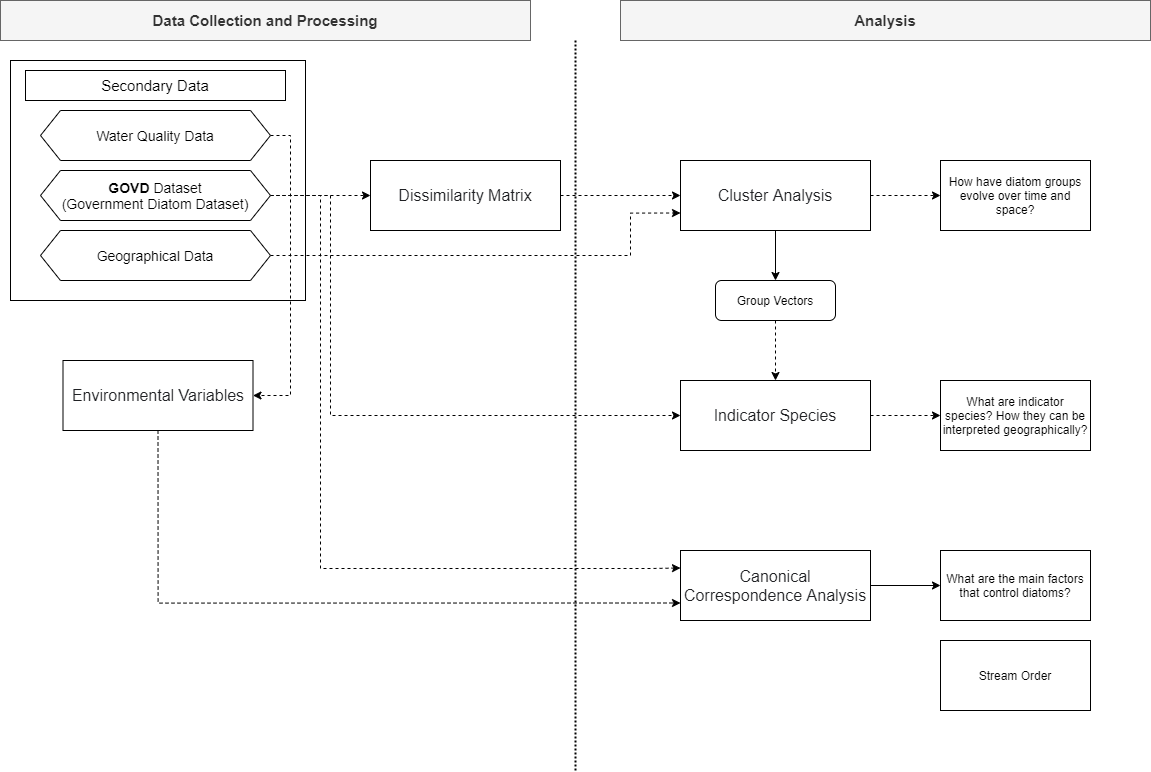
This is Chapter6_Flowchart.png from muyeoljung/PhD_Studyarea, a draw.io export, as it was before one commit. Source tidied: cells renumbered, new cells last; positions are measured from the earlier drawing's top-left corner, leaving out a move shared by most shapes.
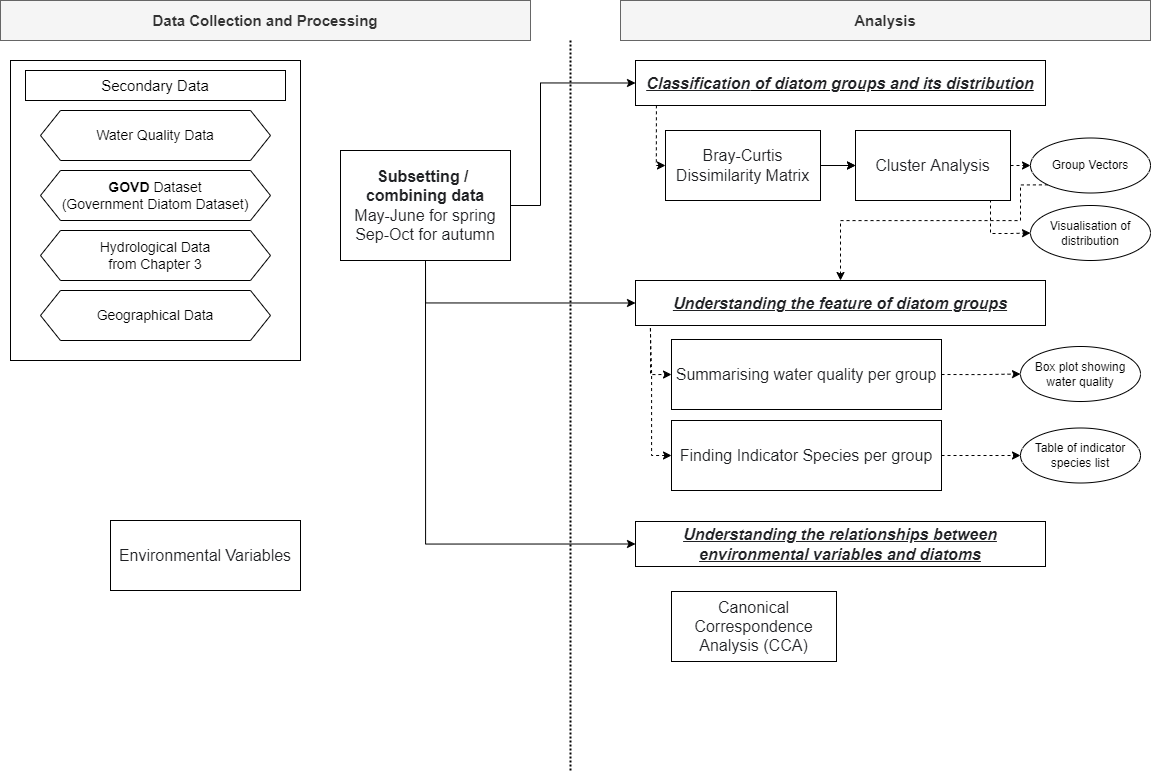
The same diagram one commit later.

Diff of the diagram source:
```diff
@@ -3,110 +3,138 @@
     <mxCell id="0" />
     <mxCell id="1" parent="0" />
     <mxCell id="2" style="rounded=0;whiteSpace=wrap;html=1;" parent="1" vertex="1">
-      <mxGeometry x="10" y="60" width="295" height="240" as="geometry" />
+      <mxGeometry x="10" y="60" width="290" height="300" as="geometry" />
     </mxCell>
     <mxCell id="3" value="&lt;font style=&quot;font-size: 15px&quot;&gt;Secondary Data&lt;/font&gt;" style="rounded=0;whiteSpace=wrap;html=1;" parent="1" vertex="1">
       <mxGeometry x="25" y="70" width="260" height="30" as="geometry" />
     </mxCell>
-    <mxCell id="4" style="edgeStyle=orthogonalEdgeStyle;rounded=0;jettySize=auto;html=1;exitX=1;exitY=0.5;exitDx=0;exitDy=0;entryX=1;entryY=0.5;entryDx=0;entryDy=0;dashed=1;" parent="1" edge="1" source="5" target="29">
-      <mxGeometry relative="1" as="geometry" />
-    </mxCell>
     <mxCell id="5" value="&lt;font style=&quot;font-size: 14px&quot;&gt;Water Quality Data&lt;/font&gt;" style="shape=hexagon;perimeter=hexagonPerimeter2;whiteSpace=wrap;html=1;fixedSize=1;" parent="1" vertex="1">
       <mxGeometry x="40" y="110" width="230" height="50" as="geometry" />
     </mxCell>
-    <mxCell id="6" style="edgeStyle=orthogonalEdgeStyle;rounded=0;jettySize=auto;html=1;exitX=1;exitY=0.5;exitDx=0;exitDy=0;entryX=0;entryY=0.5;entryDx=0;entryDy=0;dashed=1;" parent="1" edge="1" source="9" target="27">
-      <mxGeometry relative="1" as="geometry" />
-    </mxCell>
-    <mxCell id="7" style="edgeStyle=orthogonalEdgeStyle;rounded=0;jettySize=auto;html=1;exitX=1;exitY=0.5;exitDx=0;exitDy=0;entryX=0;entryY=0.5;entryDx=0;entryDy=0;dashed=1;" parent="1" edge="1" source="9" target="17">
-      <mxGeometry relative="1" as="geometry">
-        <Array as="points">
-          <mxPoint x="330" y="195" />
-          <mxPoint x="330" y="415" />
-        </Array>
-      </mxGeometry>
-    </mxCell>
-    <mxCell id="8" style="edgeStyle=orthogonalEdgeStyle;rounded=0;jettySize=auto;html=1;exitX=1;exitY=0.5;exitDx=0;exitDy=0;dashed=1;entryX=0;entryY=0.25;entryDx=0;entryDy=0;" parent="1" edge="1" source="9" target="21">
-      <mxGeometry relative="1" as="geometry">
-        <Array as="points">
-          <mxPoint x="320" y="195" />
-          <mxPoint x="320" y="568" />
-          <mxPoint x="650" y="568" />
-        </Array>
-      </mxGeometry>
-    </mxCell>
     <mxCell id="9" value="&lt;font style=&quot;font-size: 14px&quot;&gt;&lt;b&gt;GOVD&lt;/b&gt; Dataset&lt;br&gt;(Government Diatom Dataset)&lt;br&gt;&lt;/font&gt;" style="shape=hexagon;perimeter=hexagonPerimeter2;whiteSpace=wrap;html=1;fixedSize=1;" parent="1" vertex="1">
       <mxGeometry x="40" y="170" width="230" height="50" as="geometry" />
     </mxCell>
-    <mxCell id="10" style="edgeStyle=orthogonalEdgeStyle;rounded=0;jettySize=auto;html=1;exitX=1;exitY=0.5;exitDx=0;exitDy=0;entryX=0;entryY=0.75;entryDx=0;entryDy=0;dashed=1;" parent="1" edge="1" source="11" target="15">
-      <mxGeometry relative="1" as="geometry">
-        <Array as="points">
-          <mxPoint x="630" y="255" />
-          <mxPoint x="630" y="212" />
-        </Array>
-      </mxGeometry>
-    </mxCell>
-    <mxCell id="11" value="&lt;font style=&quot;font-size: 14px&quot;&gt;Geographical Data&lt;/font&gt;" style="shape=hexagon;perimeter=hexagonPerimeter2;whiteSpace=wrap;html=1;fixedSize=1;" parent="1" vertex="1">
+    <mxCell id="11" value="&lt;font style=&quot;font-size: 14px&quot;&gt;Hydrological Data&lt;br&gt;from Chapter 3&lt;br&gt;&lt;/font&gt;" style="shape=hexagon;perimeter=hexagonPerimeter2;whiteSpace=wrap;html=1;fixedSize=1;" parent="1" vertex="1">
       <mxGeometry x="40" y="230" width="230" height="50" as="geometry" />
     </mxCell>
     <mxCell id="12" value="&lt;font style=&quot;font-size: 15px&quot;&gt;&lt;b&gt;Analysis&lt;/b&gt;&lt;/font&gt;" style="rounded=0;whiteSpace=wrap;html=1;fillColor=#f5f5f5;strokeColor=#666666;fontColor=#333333;" parent="1" vertex="1">
       <mxGeometry x="620" width="530" height="40" as="geometry" />
     </mxCell>
-    <mxCell id="13" style="edgeStyle=orthogonalEdgeStyle;rounded=0;jettySize=auto;html=1;exitX=0.5;exitY=1;exitDx=0;exitDy=0;" parent="1" edge="1" source="15" target="25">
+    <mxCell id="13" style="edgeStyle=orthogonalEdgeStyle;rounded=0;jettySize=auto;html=1;exitX=1;exitY=0.5;exitDx=0;exitDy=0;entryX=0;entryY=0.5;entryDx=0;entryDy=0;dashed=1;startArrow=none;startFill=0;endArrow=classic;endFill=1;" parent="1" edge="1" source="15" target="25">
       <mxGeometry relative="1" as="geometry" />
     </mxCell>
-    <mxCell id="14" style="edgeStyle=orthogonalEdgeStyle;rounded=0;jettySize=auto;html=1;exitX=1;exitY=0.5;exitDx=0;exitDy=0;entryX=0;entryY=0.5;entryDx=0;entryDy=0;dashed=1;" parent="1" edge="1" source="15" target="23">
-      <mxGeometry relative="1" as="geometry" />
-    </mxCell>
+    <mxCell id="32" style="edgeStyle=orthogonalEdgeStyle;rounded=0;jettySize=auto;html=1;exitX=1;exitY=0.5;exitDx=0;exitDy=0;entryX=0;entryY=0.5;entryDx=0;entryDy=0;dashed=1;startArrow=none;startFill=0;endArrow=classic;endFill=1;" parent="1" edge="1" source="15" target="50">
+      <mxGeometry relative="1" as="geometry">
+        <Array as="points">
+          <mxPoint x="990" y="165" />
+          <mxPoint x="990" y="233" />
+          <mxPoint x="1010" y="233" />
+        </Array>
+      </mxGeometry>
+    </mxCell>
     <mxCell id="15" value="&lt;font color=&quot;#202124&quot; face=&quot;apple sd gothic neo, arial, sans-serif&quot;&gt;&lt;span style=&quot;font-size: 16px ; background-color: rgb(255 , 255 , 255)&quot;&gt;Cluster Analysis&lt;/span&gt;&lt;/font&gt;" style="rounded=0;whiteSpace=wrap;html=1;" parent="1" vertex="1">
-      <mxGeometry x="680" y="160" width="190" height="70" as="geometry" />
+      <mxGeometry x="855" y="130" width="155" height="70" as="geometry" />
     </mxCell>
-    <mxCell id="16" style="edgeStyle=orthogonalEdgeStyle;rounded=0;jettySize=auto;html=1;exitX=1;exitY=0.5;exitDx=0;exitDy=0;entryX=0;entryY=0.5;entryDx=0;entryDy=0;dashed=1;" parent="1" edge="1" source="17" target="30">
-      <mxGeometry relative="1" as="geometry" />
-    </mxCell>
-    <mxCell id="17" value="&lt;div&gt;&lt;font color=&quot;#202124&quot; face=&quot;apple sd gothic neo, arial, sans-serif&quot;&gt;&lt;span style=&quot;font-size: 16px ; background-color: rgb(255 , 255 , 255)&quot;&gt;Indicator Species&lt;/span&gt;&lt;/font&gt;&lt;/div&gt;" style="rounded=0;whiteSpace=wrap;html=1;align=center;" parent="1" vertex="1">
-      <mxGeometry x="680" y="380" width="190" height="70" as="geometry" />
-    </mxCell>
-    <mxCell id="18" value="&lt;font style=&quot;font-size: 15px&quot;&gt;&lt;b&gt;Data Collection and Processing&lt;/b&gt;&lt;/font&gt;" style="rounded=0;whiteSpace=wrap;html=1;fillColor=#f5f5f5;strokeColor=#666666;fontColor=#333333;" parent="1" vertex="1">
+    <mxCell id="18" value="&lt;font style=&quot;font-size: 15px&quot;&gt;&lt;span&gt;Data Collection and Processing&lt;/span&gt;&lt;/font&gt;" style="rounded=0;whiteSpace=wrap;html=1;fillColor=#f5f5f5;strokeColor=#666666;fontColor=#333333;fontStyle=1;" parent="1" vertex="1">
       <mxGeometry width="530" height="40" as="geometry" />
     </mxCell>
     <mxCell id="19" style="line;strokeWidth=2;direction=south;html=1;dashed=1;dashPattern=1 1;" parent="1" vertex="1">
-      <mxGeometry x="570" y="40" width="10" height="730" as="geometry" />
+      <mxGeometry x="565" y="40" width="10" height="730" as="geometry" />
     </mxCell>
-    <mxCell id="20" style="edgeStyle=orthogonalEdgeStyle;rounded=0;jettySize=auto;html=1;exitX=1;exitY=0.5;exitDx=0;exitDy=0;entryX=0;entryY=0.5;entryDx=0;entryDy=0;" parent="1" edge="1" source="21" target="22">
-      <mxGeometry relative="1" as="geometry" />
-    </mxCell>
-    <mxCell id="21" value="&lt;font color=&quot;#202124&quot; face=&quot;apple sd gothic neo, arial, sans-serif&quot;&gt;&lt;span style=&quot;font-size: 16px ; background-color: rgb(255 , 255 , 255)&quot;&gt;Canonical Correspondence Analysis&lt;/span&gt;&lt;/font&gt;" style="rounded=0;whiteSpace=wrap;html=1;align=center;" parent="1" vertex="1">
-      <mxGeometry x="680" y="550" width="190" height="70" as="geometry" />
+    <mxCell id="21" value="&lt;font color=&quot;#202124&quot; face=&quot;apple sd gothic neo, arial, sans-serif&quot;&gt;&lt;span style=&quot;font-size: 16px ; background-color: rgb(255 , 255 , 255)&quot;&gt;Canonical Correspondence Analysis (CCA)&lt;/span&gt;&lt;/font&gt;" style="rounded=0;whiteSpace=wrap;html=1;align=center;" parent="1" vertex="1">
+      <mxGeometry x="671" y="591" width="165" height="70" as="geometry" />
     </mxCell>
-    <mxCell id="22" value="What are the main factors that control diatoms?" style="whiteSpace=wrap;html=1;rounded=0;" parent="1" vertex="1">
-      <mxGeometry x="940" y="550" width="150" height="70" as="geometry" />
-    </mxCell>
-    <mxCell id="23" value="How have diatom groups evolve over time and space?" style="whiteSpace=wrap;html=1;rounded=0;" parent="1" vertex="1">
-      <mxGeometry x="940" y="160" width="150" height="70" as="geometry" />
-    </mxCell>
-    <mxCell id="24" style="edgeStyle=orthogonalEdgeStyle;rounded=0;jettySize=auto;html=1;exitX=0.5;exitY=1;exitDx=0;exitDy=0;entryX=0.5;entryY=0;entryDx=0;entryDy=0;dashed=1;" parent="1" edge="1" source="25" target="17">
-      <mxGeometry relative="1" as="geometry" />
-    </mxCell>
+    <mxCell id="26" style="edgeStyle=orthogonalEdgeStyle;rounded=0;jettySize=auto;html=1;exitX=1;exitY=0.5;exitDx=0;exitDy=0;entryX=0;entryY=0.5;entryDx=0;entryDy=0;dashed=1;" parent="1" edge="1" source="27" target="15">
+      <mxGeometry relative="1" as="geometry" />
+    </mxCell>
+    <mxCell id="33" style="edgeStyle=orthogonalEdgeStyle;rounded=0;jettySize=auto;html=1;" parent="1" edge="1" source="27" target="15">
+      <mxGeometry relative="1" as="geometry" />
+    </mxCell>
+    <mxCell id="34" style="edgeStyle=orthogonalEdgeStyle;rounded=0;jettySize=auto;html=1;exitX=0;exitY=0.5;exitDx=0;exitDy=0;startArrow=classic;startFill=1;endArrow=none;endFill=0;entryX=0.051;entryY=0.984;entryDx=0;entryDy=0;entryPerimeter=0;dashed=1;" parent="1" edge="1" source="27" target="35">
+      <mxGeometry relative="1" as="geometry">
+        <Array as="points">
+          <mxPoint x="656" y="165" />
+        </Array>
+      </mxGeometry>
+    </mxCell>
+    <mxCell id="27" value="&lt;span style=&quot;color: rgb(32 , 33 , 36) ; font-family: &amp;#34;apple sd gothic neo&amp;#34; , &amp;#34;arial&amp;#34; , sans-serif ; font-size: 16px ; background-color: rgb(255 , 255 , 255)&quot;&gt;Bray-Curtis Dissimilarity Matrix&lt;/span&gt;" style="rounded=0;whiteSpace=wrap;html=1;" parent="1" vertex="1">
+      <mxGeometry x="665" y="130" width="155" height="70" as="geometry" />
+    </mxCell>
+    <mxCell id="29" value="&lt;font color=&quot;#202124&quot; face=&quot;apple sd gothic neo, arial, sans-serif&quot;&gt;&lt;span style=&quot;background-color: rgb(255 , 255 , 255)&quot;&gt;&lt;span style=&quot;font-size: 16px&quot;&gt;Environmental&amp;nbsp;Variables&lt;/span&gt;&lt;/span&gt;&lt;/font&gt;" style="rounded=0;whiteSpace=wrap;html=1;" parent="1" vertex="1">
+      <mxGeometry x="110" y="520" width="190" height="70" as="geometry" />
+    </mxCell>
+    <mxCell id="35" value="&lt;font color=&quot;#202124&quot; face=&quot;apple sd gothic neo, arial, sans-serif&quot;&gt;&lt;span style=&quot;font-size: 16px&quot;&gt;Classification&lt;/span&gt;&lt;/font&gt;&lt;span style=&quot;background-color: rgb(255 , 255 , 255) ; font-size: 16px ; color: rgb(32 , 33 , 36) ; font-family: &amp;quot;apple sd gothic neo&amp;quot; , &amp;quot;arial&amp;quot; , sans-serif&quot;&gt;&amp;nbsp;of diatom groups and its distribution&lt;/span&gt;&lt;font color=&quot;#202124&quot; face=&quot;apple sd gothic neo, arial, sans-serif&quot;&gt;&lt;span style=&quot;font-size: 16px&quot;&gt;&lt;br&gt;&lt;/span&gt;&lt;/font&gt;" style="rounded=0;whiteSpace=wrap;html=1;align=center;fontStyle=7;" parent="1" vertex="1">
+      <mxGeometry x="635" y="60" width="410" height="45" as="geometry" />
+    </mxCell>
+    <mxCell id="36" style="edgeStyle=orthogonalEdgeStyle;rounded=0;jettySize=auto;html=1;exitX=0;exitY=1;exitDx=0;exitDy=0;entryX=0;entryY=0.5;entryDx=0;entryDy=0;dashed=1;" parent="1" edge="1" source="37" target="40">
+      <mxGeometry relative="1" as="geometry">
+        <Array as="points">
+          <mxPoint x="650" y="325" />
+          <mxPoint x="650" y="374" />
+        </Array>
+      </mxGeometry>
+    </mxCell>
+    <mxCell id="37" value="&lt;font color=&quot;#202124&quot; face=&quot;apple sd gothic neo, arial, sans-serif&quot;&gt;&lt;span style=&quot;font-size: 16px&quot;&gt;Understanding the feature of diatom groups&lt;br&gt;&lt;/span&gt;&lt;/font&gt;" style="rounded=0;whiteSpace=wrap;html=1;align=center;fontStyle=7;" parent="1" vertex="1">
+      <mxGeometry x="635" y="280" width="410" height="45" as="geometry" />
+    </mxCell>
+    <mxCell id="38" value="&lt;font color=&quot;#202124&quot; face=&quot;apple sd gothic neo, arial, sans-serif&quot;&gt;&lt;span style=&quot;font-size: 16px&quot;&gt;Understanding the relationships between environmental&amp;nbsp;variables and diatoms&lt;/span&gt;&lt;br&gt;&lt;/font&gt;" style="rounded=0;whiteSpace=wrap;html=1;align=center;fontStyle=7;" parent="1" vertex="1">
+      <mxGeometry x="635" y="521" width="410" height="45" as="geometry" />
+    </mxCell>
+    <mxCell id="39" style="edgeStyle=orthogonalEdgeStyle;rounded=0;jettySize=auto;html=1;exitX=1;exitY=0.5;exitDx=0;exitDy=0;dashed=1;startArrow=none;startFill=0;endArrow=classic;endFill=1;entryX=0;entryY=0.5;entryDx=0;entryDy=0;" parent="1" edge="1" source="40" target="52">
+      <mxGeometry relative="1" as="geometry" />
+    </mxCell>
+    <mxCell id="40" value="&lt;div&gt;&lt;font color=&quot;#202124&quot; face=&quot;apple sd gothic neo, arial, sans-serif&quot;&gt;&lt;span style=&quot;font-size: 16px ; background-color: rgb(255 , 255 , 255)&quot;&gt;Summarising water quality per group&lt;/span&gt;&lt;/font&gt;&lt;/div&gt;" style="rounded=0;whiteSpace=wrap;html=1;align=center;" parent="1" vertex="1">
+      <mxGeometry x="671" y="339" width="270" height="70" as="geometry" />
+    </mxCell>
+    <mxCell id="41" style="edgeStyle=orthogonalEdgeStyle;rounded=0;jettySize=auto;html=1;exitX=0;exitY=0.5;exitDx=0;exitDy=0;entryX=0.036;entryY=0.995;entryDx=0;entryDy=0;entryPerimeter=0;dashed=1;startArrow=classic;startFill=1;endArrow=none;endFill=0;" parent="1" edge="1" source="43" target="37">
+      <mxGeometry relative="1" as="geometry" />
+    </mxCell>
+    <mxCell id="42" style="edgeStyle=orthogonalEdgeStyle;rounded=0;jettySize=auto;html=1;exitX=1;exitY=0.5;exitDx=0;exitDy=0;entryX=0;entryY=0.5;entryDx=0;entryDy=0;dashed=1;startArrow=none;startFill=0;endArrow=classic;endFill=1;" parent="1" edge="1" source="43" target="51">
+      <mxGeometry relative="1" as="geometry" />
+    </mxCell>
+    <mxCell id="43" value="&lt;div&gt;&lt;font color=&quot;#202124&quot; face=&quot;apple sd gothic neo, arial, sans-serif&quot;&gt;&lt;span style=&quot;font-size: 16px ; background-color: rgb(255 , 255 , 255)&quot;&gt;Finding Indicator Species per group&lt;/span&gt;&lt;/font&gt;&lt;/div&gt;" style="rounded=0;whiteSpace=wrap;html=1;align=center;" parent="1" vertex="1">
+      <mxGeometry x="671" y="420" width="270" height="70" as="geometry" />
+    </mxCell>
+    <mxCell id="44" style="edgeStyle=orthogonalEdgeStyle;rounded=0;jettySize=auto;html=1;exitX=0.5;exitY=1;exitDx=0;exitDy=0;entryX=0;entryY=0.5;entryDx=0;entryDy=0;" parent="1" edge="1" source="47" target="38">
+      <mxGeometry relative="1" as="geometry" />
+    </mxCell>
+    <mxCell id="45" style="edgeStyle=orthogonalEdgeStyle;rounded=0;jettySize=auto;html=1;exitX=0.5;exitY=1;exitDx=0;exitDy=0;entryX=0;entryY=0.5;entryDx=0;entryDy=0;" parent="1" edge="1" source="47" target="37">
+      <mxGeometry relative="1" as="geometry" />
+    </mxCell>
+    <mxCell id="46" style="edgeStyle=orthogonalEdgeStyle;rounded=0;jettySize=auto;html=1;exitX=1;exitY=0.5;exitDx=0;exitDy=0;entryX=0;entryY=0.5;entryDx=0;entryDy=0;startArrow=none;startFill=0;endArrow=classic;endFill=1;" parent="1" edge="1" source="47" target="35">
+      <mxGeometry relative="1" as="geometry">
+        <Array as="points">
+          <mxPoint x="540" y="205" />
+          <mxPoint x="540" y="82" />
+        </Array>
+      </mxGeometry>
+    </mxCell>
+    <mxCell id="47" value="&lt;font color=&quot;#202124&quot; face=&quot;apple sd gothic neo, arial, sans-serif&quot;&gt;&lt;span style=&quot;background-color: rgb(255 , 255 , 255)&quot;&gt;&lt;span style=&quot;font-size: 16px&quot;&gt;&lt;b&gt;Subsetting /&amp;nbsp;&lt;br&gt;combining data&lt;/b&gt;&lt;br&gt;May-June for spring&lt;br&gt;Sep-Oct for autumn&lt;br&gt;&lt;/span&gt;&lt;/span&gt;&lt;/font&gt;" style="rounded=0;whiteSpace=wrap;html=1;" parent="1" vertex="1">
+      <mxGeometry x="340" y="150" width="170" height="110" as="geometry" />
+    </mxCell>
+    <mxCell id="48" value="&lt;font style=&quot;font-size: 14px&quot;&gt;Geographical Data&lt;/font&gt;" style="shape=hexagon;perimeter=hexagonPerimeter2;whiteSpace=wrap;html=1;fixedSize=1;" parent="1" vertex="1">
+      <mxGeometry x="40" y="290" width="230" height="50" as="geometry" />
+    </mxCell>
+    <mxCell id="49" style="edgeStyle=orthogonalEdgeStyle;rounded=0;jettySize=auto;html=1;exitX=0;exitY=1;exitDx=0;exitDy=0;entryX=0.5;entryY=0;entryDx=0;entryDy=0;dashed=1;startArrow=none;startFill=0;endArrow=classic;endFill=1;" parent="1" edge="1" source="25" target="37">
+      <mxGeometry relative="1" as="geometry">
+        <Array as="points">
+          <mxPoint x="1020" y="184" />
+          <mxPoint x="1020" y="220" />
+          <mxPoint x="840" y="220" />
+        </Array>
+      </mxGeometry>
+    </mxCell>
-    <mxCell id="25" value="Group Vectors" style="rounded=1;whiteSpace=wrap;html=1;" parent="1" vertex="1">
-      <mxGeometry x="715" y="280" width="120" height="40" as="geometry" />
+    <mxCell id="25" value="Group Vectors" style="ellipse;whiteSpace=wrap;html=1;" parent="1" vertex="1">
+      <mxGeometry x="1030" y="137.5" width="120" height="55" as="geometry" />
     </mxCell>
-    <mxCell id="26" style="edgeStyle=orthogonalEdgeStyle;rounded=0;jettySize=auto;html=1;exitX=1;exitY=0.5;exitDx=0;exitDy=0;entryX=0;entryY=0.5;entryDx=0;entryDy=0;dashed=1;" parent="1" edge="1" source="27" target="15">
-      <mxGeometry relative="1" as="geometry" />
-    </mxCell>
-    <mxCell id="27" value="&lt;font color=&quot;#202124&quot; face=&quot;apple sd gothic neo, arial, sans-serif&quot;&gt;&lt;span style=&quot;background-color: rgb(255 , 255 , 255)&quot;&gt;&lt;span style=&quot;font-size: 16px&quot;&gt;Dissimilarity&amp;nbsp;Matrix&lt;/span&gt;&lt;/span&gt;&lt;/font&gt;" style="rounded=0;whiteSpace=wrap;html=1;" parent="1" vertex="1">
-      <mxGeometry x="370" y="160" width="190" height="70" as="geometry" />
-    </mxCell>
-    <mxCell id="28" style="edgeStyle=orthogonalEdgeStyle;rounded=0;jettySize=auto;html=1;exitX=0.5;exitY=1;exitDx=0;exitDy=0;entryX=0;entryY=0.75;entryDx=0;entryDy=0;dashed=1;" parent="1" edge="1" source="29" target="21">
-      <mxGeometry relative="1" as="geometry" />
-    </mxCell>
-    <mxCell id="29" value="&lt;font color=&quot;#202124&quot; face=&quot;apple sd gothic neo, arial, sans-serif&quot;&gt;&lt;span style=&quot;background-color: rgb(255 , 255 , 255)&quot;&gt;&lt;span style=&quot;font-size: 16px&quot;&gt;Environmental&amp;nbsp;Variables&lt;/span&gt;&lt;/span&gt;&lt;/font&gt;" style="rounded=0;whiteSpace=wrap;html=1;" parent="1" vertex="1">
-      <mxGeometry x="62.5" y="360" width="190" height="70" as="geometry" />
-    </mxCell>
-    <mxCell id="30" value="What are indicator species? How they can be interpreted geographically?" style="whiteSpace=wrap;html=1;rounded=0;" parent="1" vertex="1">
-      <mxGeometry x="940" y="380" width="150" height="70" as="geometry" />
-    </mxCell>
-    <mxCell id="31" value="Stream Order" style="whiteSpace=wrap;html=1;rounded=0;" parent="1" vertex="1">
-      <mxGeometry x="940" y="640" width="150" height="70" as="geometry" />
-    </mxCell>
+    <mxCell id="50" value="Visualisation of distribution" style="ellipse;whiteSpace=wrap;html=1;" parent="1" vertex="1">
+      <mxGeometry x="1030" y="205" width="120" height="55" as="geometry" />
+    </mxCell>
+    <mxCell id="51" value="Table of indicator species list" style="ellipse;whiteSpace=wrap;html=1;" parent="1" vertex="1">
+      <mxGeometry x="1020" y="427.5" width="120" height="55" as="geometry" />
+    </mxCell>
+    <mxCell id="52" value="Box plot showing water quality" style="ellipse;whiteSpace=wrap;html=1;" parent="1" vertex="1">
+      <mxGeometry x="1020" y="346" width="120" height="55" as="geometry" />
+    </mxCell>
   </root>
 </mxGraphModel>
```
